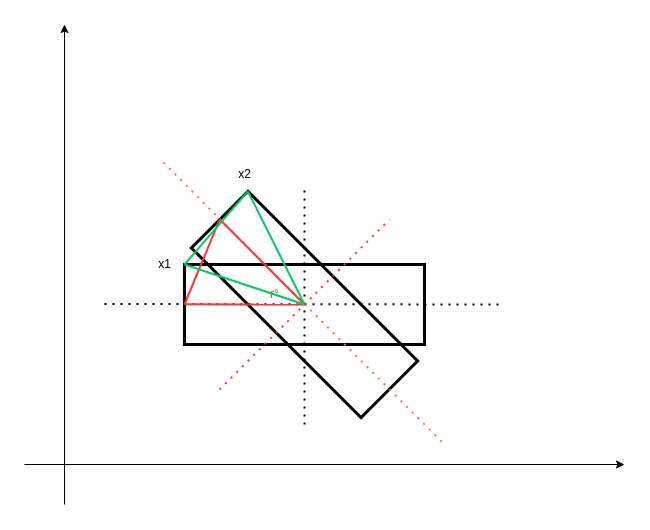
Above: 未命名绘图.drawio in StephenWong1991/study_notes (draw.io), before the change. Source tidied: cells renumbered, new cells numbered last; positions are measured from the earlier drawing's top-left corner, leaving out a move shared by most shapes. Both pictures are drawn from the tidied source at 100%, with x=0, y=0 at pixel (24, 24).
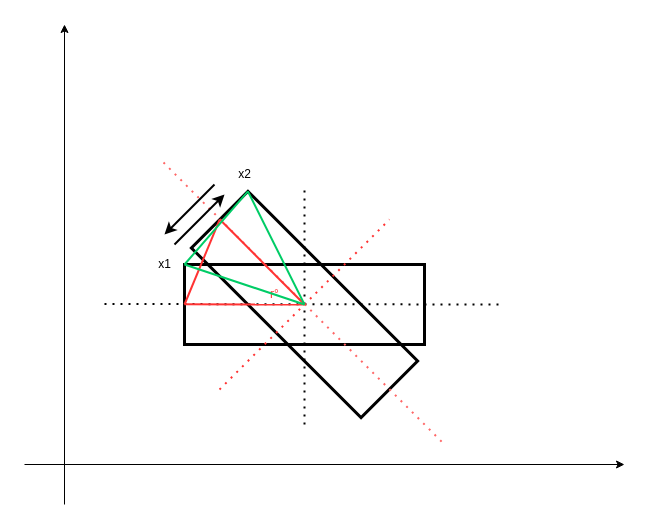
The same diagram, later.

Commit message:
更新未命名绘图.drawio

The change refers to these unchanged cells:
```xml
<mxCell id="7" style="group;rotation=90;" parent="1" vertex="1">
  <mxGeometry x="80" y="160" width="400" height="240" as="geometry" />
</mxCell>
```

Diff of the diagram source:
```diff
@@
+    <mxCell id="20" style="endArrow=classic;html=1;rounded=0;fontColor=#FF3333;strokeColor=#000000;strokeWidth=2;" parent="7" edge="1">
+      <mxGeometry relative="1" as="geometry">
+        <mxPoint x="70" y="60" as="sourcePoint" />
+        <mxPoint x="120" y="10" as="targetPoint" />
+      </mxGeometry>
+    </mxCell>
+    <mxCell id="21" style="endArrow=classic;html=1;rounded=0;fontColor=#FF3333;strokeColor=#000000;strokeWidth=2;" parent="7" edge="1">
+      <mxGeometry relative="1" as="geometry">
+        <mxPoint x="110" as="sourcePoint" />
+        <mxPoint x="60" y="50" as="targetPoint" />
+      </mxGeometry>
+    </mxCell>
```
